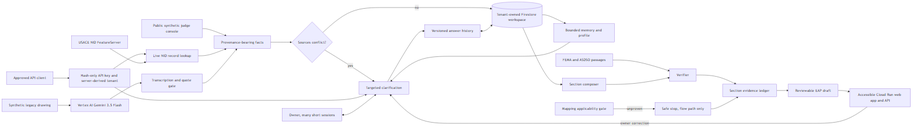
Before: docs/architecture.png, a diagram exported from Mermaid (usv240/downstream). Its source is kept beside it as docs/architecture.mmd.
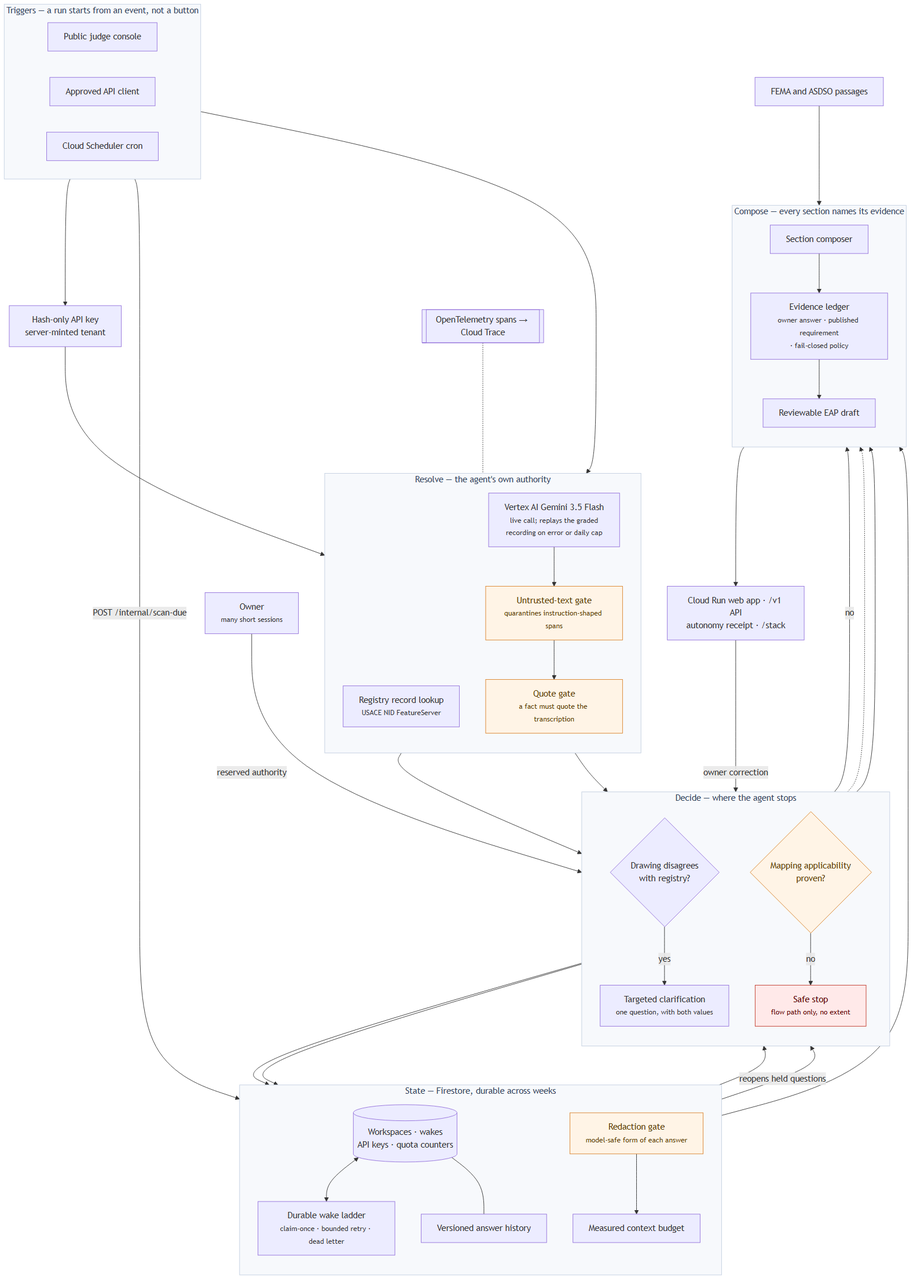
The same file after the commit.

Diff of the diagram source:
```diff
@@ -1,27 +1,82 @@
-flowchart LR
-    API[Approved API client] --> K[Hash-only API key and server-derived tenant]
-    K --> R[Live NID record lookup]
-    NID[USACE NID FeatureServer] --> R
-    J[Public synthetic judge console] --> FACTS[Provenance-bearing facts]
-    IMG[Synthetic legacy drawing] --> G[Vertex AI Gemini 3.5 Flash]
-    G --> Q[Transcription and quote gate]
-    R --> FACTS
-    Q --> FACTS
-    FACTS --> X{Sources conflict?}
-    X -->|yes| P[Targeted clarification]
-    X -->|no| DB[(Tenant-owned Firestore workspace)]
-    K --> P
-    OWNER[Owner, many short sessions] <--> P
-    P --> H[Versioned answer history]
-    H <--> DB
-    DB --> M[Bounded memory and profile]
+flowchart TB
+    subgraph triggers["Triggers — a run starts from an event, not a button"]
+        direction LR
+        J[Public judge console]
+        API[Approved API client]
+        SCHED[Cloud Scheduler cron]
+    end
+
+    subgraph resolve["Resolve — the agent's own authority"]
+        direction TB
+        R["Registry record lookup<br/><small>USACE NID FeatureServer</small>"]
+        G["Vertex AI Gemini 3.5 Flash<br/><small>live call; replays the graded<br/>recording on error or daily cap</small>"]
+        U["Untrusted-text gate<br/><small>quarantines instruction-shaped spans</small>"]
+        Q["Quote gate<br/><small>a fact must quote the transcription</small>"]
+        G --> U --> Q
+    end
+
+    subgraph decide["Decide — where the agent stops"]
+        direction TB
+        X{"Drawing disagrees<br/>with registry?"}
+        P["Targeted clarification<br/><small>one question, with both values</small>"]
+        MAP{"Mapping applicability<br/>proven?"}
+        STOP["Safe stop<br/><small>flow path only, no extent</small>"]
+        X -->|yes| P
+        MAP -->|no| STOP
+    end
+
+    subgraph state["State — Firestore, durable across weeks"]
+        direction TB
+        DB[("Workspaces · wakes<br/>API keys · quota counters")]
+        W["Durable wake ladder<br/><small>claim-once · bounded retry · dead letter</small>"]
+        H["Versioned answer history"]
+        RED["Redaction gate<br/><small>model-safe form of each answer</small>"]
+        M["Measured context budget"]
+        DB <--> W
+        DB --- H
+        RED --> M
+    end
+
+    subgraph compose["Compose — every section names its evidence"]
+        direction TB
+        C["Section composer"]
+        L["Evidence ledger<br/><small>owner answer · published requirement<br/>· fail-closed policy</small>"]
+        DRAFT["Reviewable EAP draft"]
+        C --> L --> DRAFT
+    end
+
+    K["Hash-only API key<br/>server-minted tenant"]
+    OWNER["Owner<br/><small>many short sessions</small>"]
+    REQ["FEMA and ASDSO passages"]
+    UI["Cloud Run web app · /v1 API<br/>autonomy receipt · /stack"]
+    OBS[["OpenTelemetry spans → Cloud Trace"]]
+
+    J --> resolve
+    API --> K --> resolve
+    SCHED -->|POST /internal/scan-due| W
+
+    R --> X
+    Q --> X
+    X -->|no| C
+    P --> H
+    P --> RED
     M --> P
-    DB --> C[Section composer]
-    REQ[FEMA and ASDSO passages] --> V[Verifier]
-    C --> V
-    V --> L[Section evidence ledger]
-    MAP[Mapping applicability gate] -->|unproven| STOP[Safe stop, flow path only]
+    W -->|reopens held questions| P
+    OWNER -->|reserved authority| P
+    H --> C
+    REQ --> C
+    MAP -.-> C
     STOP --> L
-    L --> DRAFT[Reviewable EAP draft]
-    DRAFT --> UI[Accessible Cloud Run web app and API]
+    DRAFT --> UI
     UI -->|owner correction| P
+    OBS -.- resolve
+
+    classDef gate fill:#fff4e6,stroke:#d9822b,color:#5c3b00
+    classDef stop fill:#ffe9e9,stroke:#c0392b,color:#5c0000
+    class U,Q,RED,MAP gate
+    class STOP stop
+    style triggers fill:#f7f9fc,stroke:#c3cfe0,color:#33445c
+    style resolve fill:#f7f9fc,stroke:#c3cfe0,color:#33445c
+    style decide fill:#f7f9fc,stroke:#c3cfe0,color:#33445c
+    style state fill:#f7f9fc,stroke:#c3cfe0,color:#33445c
+    style compose fill:#f7f9fc,stroke:#c3cfe0,color:#33445c
```
